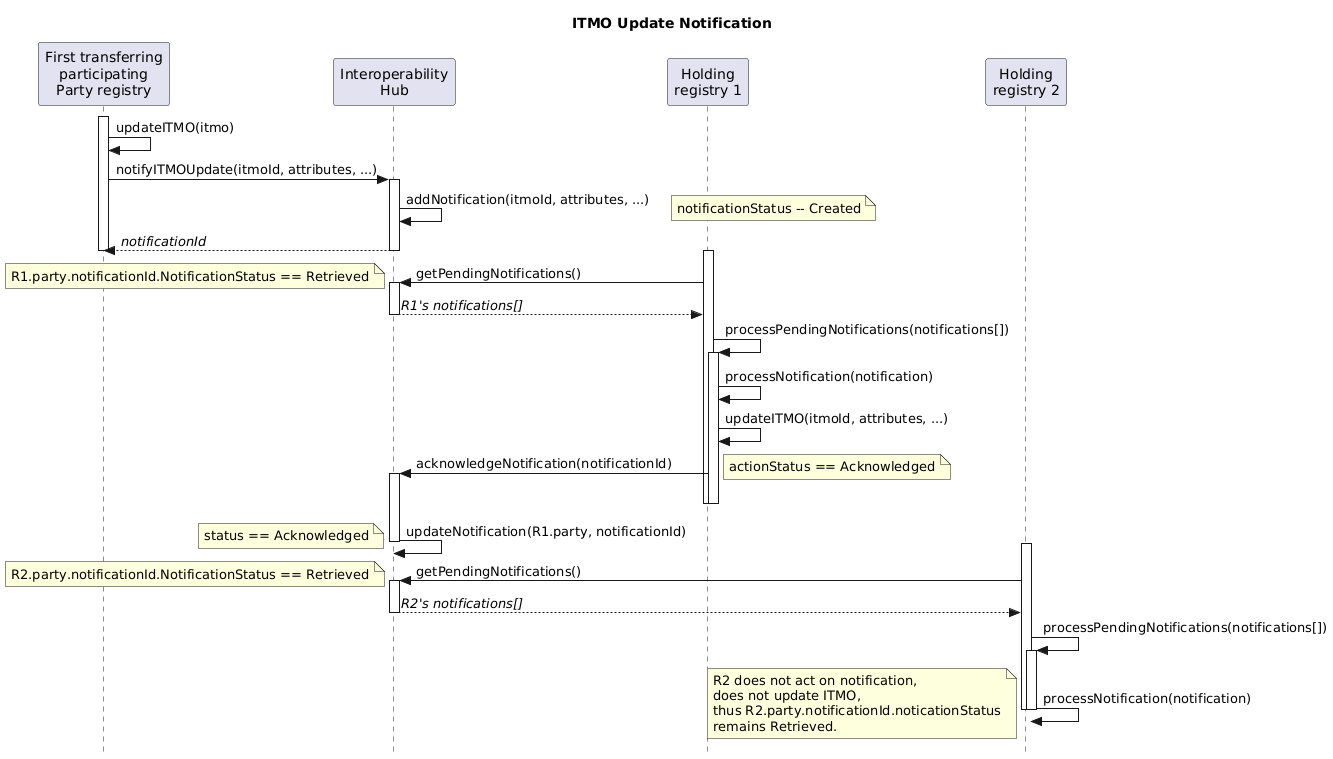
The PlantUML diagram diagrams/itmoUpdate_Notification_Sequence.png in frankcnng/CARP, before a commit.
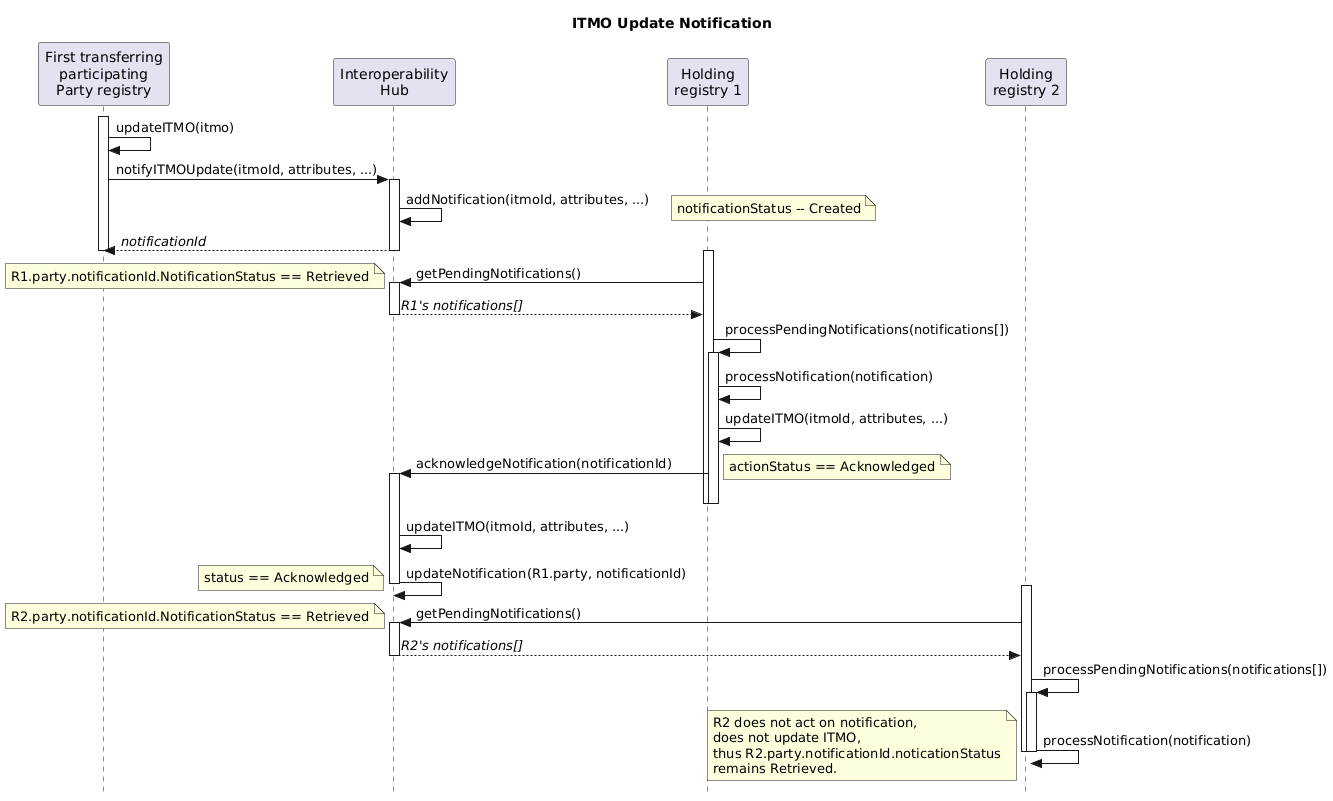
The same diagram one commit later.

Diff of the diagram source:
```diff
@@ -33,6 +33,7 @@
 note right: actionStatus == Acknowledged
 deactivate Receiver1
 deactivate Receiver1
+Hub -> Hub: updateITMO(itmoId, attributes, ...)
 Hub -> Hub--: updateNotification(R1.party, notificationId)
   note left: status == Acknowledged
 
```
